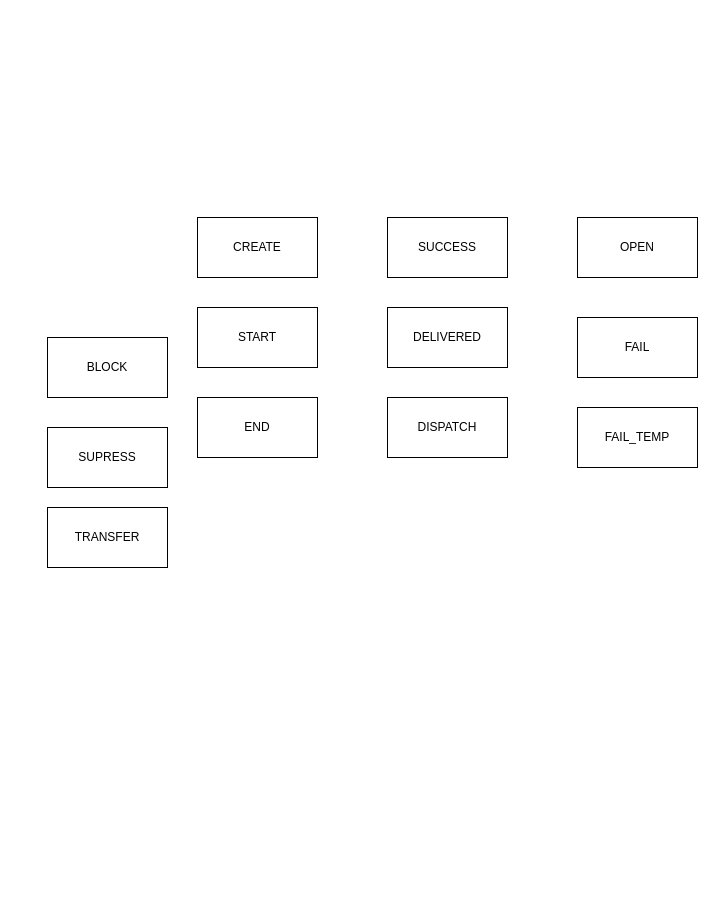
Earlier version of the draw.io diagram DC - Status.drawio (caio-bueno/draws-valid). Source tidied: cells renumbered, new cells numbered last; positions are measured from the earlier drawing's top-left corner, leaving out a move shared by most shapes. Both pictures are drawn from the tidied source at 100%, with x=0, y=0 at pixel (47, 217).
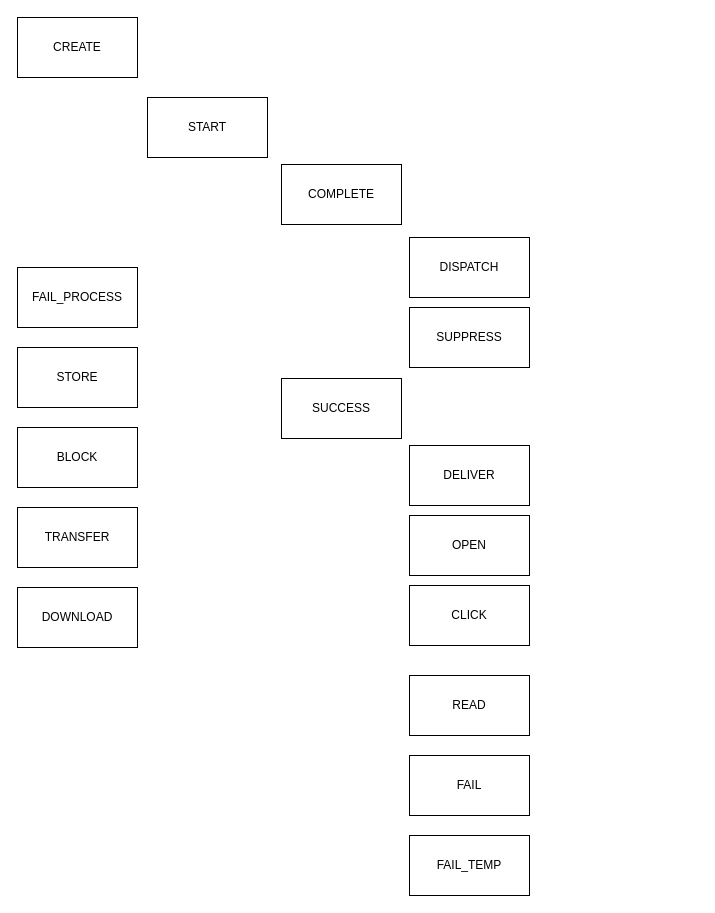
The same diagram, later.

What changed in the source:
```diff
@@
 <mxGraphModel>
   <root>
     <mxCell id="0" />
     <mxCell id="1" parent="0" />
     <mxCell id="2" value="CREATE" style="rounded=0;whiteSpace=wrap;html=1;" parent="1" vertex="1">
-      <mxGeometry x="150" width="120" height="60" as="geometry" />
+      <mxGeometry x="-30" y="-200" width="120" height="60" as="geometry" />
     </mxCell>
     <mxCell id="3" value="START" style="rounded=0;whiteSpace=wrap;html=1;" parent="1" vertex="1">
-      <mxGeometry x="150" y="90" width="120" height="60" as="geometry" />
+      <mxGeometry x="100" y="-120" width="120" height="60" as="geometry" />
     </mxCell>
-    <mxCell id="4" value="END" style="rounded=0;whiteSpace=wrap;html=1;" parent="1" vertex="1">
-      <mxGeometry x="150" y="180" width="120" height="60" as="geometry" />
+    <mxCell id="4" value="COMPLETE" style="rounded=0;whiteSpace=wrap;html=1;" parent="1" vertex="1">
+      <mxGeometry x="234" y="-53" width="120" height="60" as="geometry" />
     </mxCell>
     <mxCell id="5" value="SUCCESS" style="rounded=0;whiteSpace=wrap;html=1;" parent="1" vertex="1">
-      <mxGeometry x="340" width="120" height="60" as="geometry" />
+      <mxGeometry x="234" y="161" width="120" height="60" as="geometry" />
     </mxCell>
-    <mxCell id="6" value="DELIVERED" style="rounded=0;whiteSpace=wrap;html=1;" parent="1" vertex="1">
-      <mxGeometry x="340" y="90" width="120" height="60" as="geometry" />
+    <mxCell id="6" value="DELIVER" style="rounded=0;whiteSpace=wrap;html=1;" parent="1" vertex="1">
+      <mxGeometry x="362" y="228" width="120" height="60" as="geometry" />
     </mxCell>
     <mxCell id="7" value="DISPATCH" style="rounded=0;whiteSpace=wrap;html=1;" parent="1" vertex="1">
-      <mxGeometry x="340" y="180" width="120" height="60" as="geometry" />
+      <mxGeometry x="362" y="20" width="120" height="60" as="geometry" />
     </mxCell>
     <mxCell id="8" value="OPEN" style="rounded=0;whiteSpace=wrap;html=1;" parent="1" vertex="1">
-      <mxGeometry x="530" width="120" height="60" as="geometry" />
+      <mxGeometry x="362" y="298" width="120" height="60" as="geometry" />
     </mxCell>
     <mxCell id="9" value="FAIL" style="rounded=0;whiteSpace=wrap;html=1;" parent="1" vertex="1">
-      <mxGeometry x="530" y="100" width="120" height="60" as="geometry" />
+      <mxGeometry x="362" y="538" width="120" height="60" as="geometry" />
     </mxCell>
-    <mxCell id="10" value="FAIL_TEMP" style="rounded=0;whiteSpace=wrap;html=1;" parent="1" vertex="1">
-      <mxGeometry x="530" y="190" width="120" height="60" as="geometry" />
-    </mxCell>
     <mxCell id="11" value="BLOCK" style="rounded=0;whiteSpace=wrap;html=1;" parent="1" vertex="1">
-      <mxGeometry y="120" width="120" height="60" as="geometry" />
+      <mxGeometry x="-30" y="210" width="120" height="60" as="geometry" />
     </mxCell>
-    <mxCell id="12" value="SUPRESS" style="rounded=0;whiteSpace=wrap;html=1;" parent="1" vertex="1">
-      <mxGeometry y="210" width="120" height="60" as="geometry" />
+    <mxCell id="12" value="SUPPRESS" style="rounded=0;whiteSpace=wrap;html=1;" parent="1" vertex="1">
+      <mxGeometry x="362" y="90" width="120" height="60" as="geometry" />
     </mxCell>
     <mxCell id="13" value="TRANSFER" style="rounded=0;whiteSpace=wrap;html=1;" parent="1" vertex="1">
-      <mxGeometry y="290" width="120" height="60" as="geometry" />
+      <mxGeometry x="-30" y="290" width="120" height="60" as="geometry" />
     </mxCell>
+    <mxCell id="14" value="FAIL_PROCESS" style="rounded=0;whiteSpace=wrap;html=1;" parent="1" vertex="1">
+      <mxGeometry x="-30" y="50" width="120" height="60" as="geometry" />
+    </mxCell>
+    <mxCell id="15" value="STORE" style="rounded=0;whiteSpace=wrap;html=1;" parent="1" vertex="1">
+      <mxGeometry x="-30" y="130" width="120" height="60" as="geometry" />
+    </mxCell>
+    <mxCell id="16" value="DOWNLOAD" style="rounded=0;whiteSpace=wrap;html=1;" parent="1" vertex="1">
+      <mxGeometry x="-30" y="370" width="120" height="60" as="geometry" />
+    </mxCell>
+    <mxCell id="17" value="CLICK" style="rounded=0;whiteSpace=wrap;html=1;" parent="1" vertex="1">
+      <mxGeometry x="362" y="368" width="120" height="60" as="geometry" />
+    </mxCell>
+    <mxCell id="18" value="READ" style="rounded=0;whiteSpace=wrap;html=1;" parent="1" vertex="1">
+      <mxGeometry x="362" y="458" width="120" height="60" as="geometry" />
+    </mxCell>
+    <mxCell id="10" value="FAIL_TEMP" style="rounded=0;whiteSpace=wrap;html=1;" parent="1" vertex="1">
+      <mxGeometry x="362" y="618" width="120" height="60" as="geometry" />
+    </mxCell>
   </root>
 </mxGraphModel>
```
